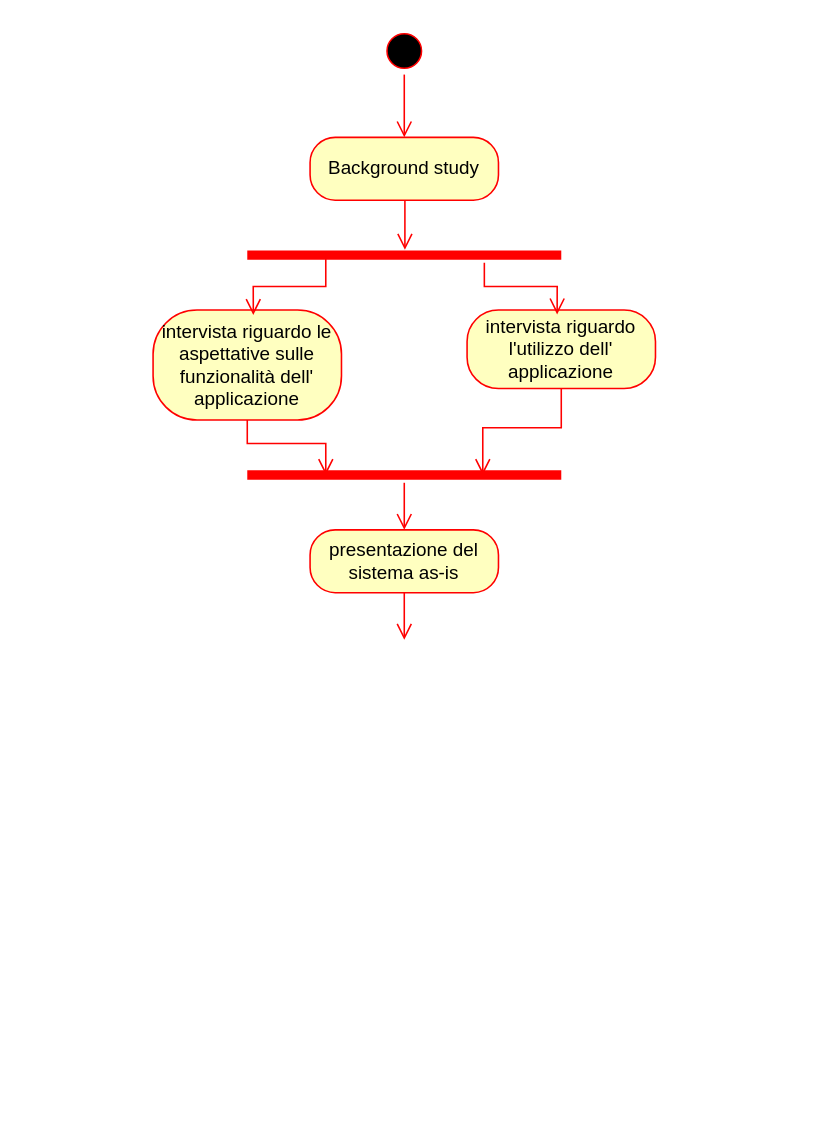
Above: grafi/Diagramma senza titolo.drawio in Barbera9/mixed (draw.io), before the change. Source tidied: cells renumbered, new cells numbered last; positions are measured from the earlier drawing's top-left corner, leaving out a move shared by most shapes. Both pictures are drawn from the tidied source at 157%, with x=0, y=0 at pixel (152, 27).
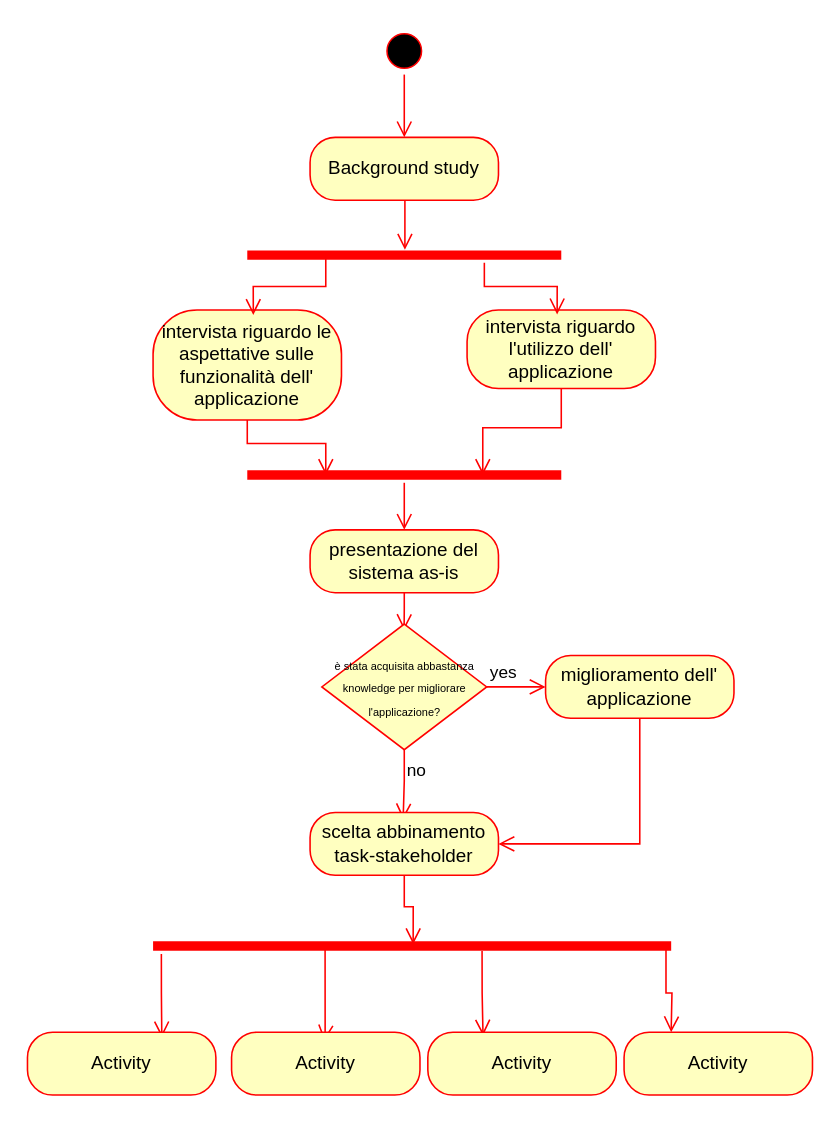
The same page after the edit.

Unchanged cells that the change refers to:
```xml
<mxCell id="15" value="presentazione del sistema as-is" style="rounded=1;whiteSpace=wrap;html=1;arcSize=40;fontColor=#000000;fillColor=#ffffc0;strokeColor=#ff0000;" parent="1" vertex="1">
  <mxGeometry x="100" y="320" width="120" height="40" as="geometry" />
</mxCell>
```

Change to the diagram source:
```diff
@@
-    <mxCell id="16" style="edgeStyle=orthogonalEdgeStyle;html=1;verticalAlign=bottom;endArrow=open;endSize=8;strokeColor=#ff0000;rounded=0;" parent="1" edge="1" source="15">
-      <mxGeometry relative="1" as="geometry">
-        <mxPoint x="160" y="390" as="targetPoint" />
-      </mxGeometry>
+    <mxCell id="16" style="edgeStyle=orthogonalEdgeStyle;html=1;verticalAlign=bottom;endArrow=open;endSize=8;strokeColor=#ff0000;rounded=0;entryX=0.499;entryY=0.048;entryDx=0;entryDy=0;entryPerimeter=0;" parent="1" edge="1" source="15" target="17">
+      <mxGeometry relative="1" as="geometry" />
     </mxCell>
+    <mxCell id="17" value="&lt;font style=&quot;font-size: 7px;&quot;&gt;è stata acquisita abbastanza knowledge per migliorare l'applicazione?&lt;/font&gt;" style="rhombus;whiteSpace=wrap;html=1;fontColor=#000000;fillColor=#ffffc0;strokeColor=#ff0000;" parent="1" vertex="1">
+      <mxGeometry x="107.5" y="380" width="105" height="80" as="geometry" />
+    </mxCell>
+    <mxCell id="18" value="yes" style="edgeStyle=orthogonalEdgeStyle;html=1;align=left;verticalAlign=bottom;endArrow=open;endSize=8;strokeColor=#ff0000;rounded=0;" parent="1" edge="1" source="17">
+      <mxGeometry x="-1" relative="1" as="geometry">
+        <mxPoint x="250" y="420" as="targetPoint" />
+        <Array as="points">
+          <mxPoint x="230" y="420" />
+          <mxPoint x="230" y="420" />
+        </Array>
+      </mxGeometry>
+    </mxCell>
+    <mxCell id="19" value="no" style="edgeStyle=orthogonalEdgeStyle;html=1;align=left;verticalAlign=top;endArrow=open;endSize=8;strokeColor=#ff0000;rounded=0;entryX=0.494;entryY=0.111;entryDx=0;entryDy=0;entryPerimeter=0;" parent="1" edge="1" source="17" target="22">
+      <mxGeometry x="-1" relative="1" as="geometry" />
+    </mxCell>
+    <mxCell id="20" value="miglioramento dell' applicazione" style="rounded=1;whiteSpace=wrap;html=1;arcSize=40;fontColor=#000000;fillColor=#ffffc0;strokeColor=#ff0000;" parent="1" vertex="1">
+      <mxGeometry x="250" y="400" width="120" height="40" as="geometry" />
+    </mxCell>
+    <mxCell id="21" style="edgeStyle=orthogonalEdgeStyle;html=1;verticalAlign=bottom;endArrow=open;endSize=8;strokeColor=#ff0000;rounded=0;entryX=1;entryY=0.5;entryDx=0;entryDy=0;exitX=0.5;exitY=1;exitDx=0;exitDy=0;" parent="1" edge="1" source="20" target="22">
+      <mxGeometry relative="1" as="geometry" />
+    </mxCell>
+    <mxCell id="22" value="scelta abbinamento task-stakeholder" style="rounded=1;whiteSpace=wrap;html=1;arcSize=40;fontColor=#000000;fillColor=#ffffc0;strokeColor=#ff0000;" parent="1" vertex="1">
+      <mxGeometry x="100" y="500" width="120" height="40" as="geometry" />
+    </mxCell>
+    <mxCell id="23" style="edgeStyle=orthogonalEdgeStyle;html=1;verticalAlign=bottom;endArrow=open;endSize=8;strokeColor=#ff0000;rounded=0;entryX=0.502;entryY=0.389;entryDx=0;entryDy=0;entryPerimeter=0;" parent="1" edge="1" source="22" target="24">
+      <mxGeometry relative="1" as="geometry" />
+    </mxCell>
+    <mxCell id="24" style="shape=line;html=1;strokeWidth=6;strokeColor=#ff0000;" parent="1" vertex="1">
+      <mxGeometry y="580" width="330" height="10" as="geometry" />
+    </mxCell>
+    <mxCell id="25" style="edgeStyle=orthogonalEdgeStyle;html=1;verticalAlign=bottom;endArrow=open;endSize=8;strokeColor=#ff0000;rounded=0;exitX=0.016;exitY=1.019;exitDx=0;exitDy=0;exitPerimeter=0;entryX=0.713;entryY=0.082;entryDx=0;entryDy=0;entryPerimeter=0;" parent="1" edge="1" source="24" target="28">
+      <mxGeometry relative="1" as="geometry" />
+    </mxCell>
+    <mxCell id="26" style="edgeStyle=orthogonalEdgeStyle;html=1;verticalAlign=bottom;endArrow=open;endSize=8;strokeColor=#ff0000;rounded=0;exitX=0.332;exitY=0.448;exitDx=0;exitDy=0;exitPerimeter=0;entryX=0.492;entryY=0.139;entryDx=0;entryDy=0;entryPerimeter=0;" parent="1" edge="1" source="24" target="29">
+      <mxGeometry relative="1" as="geometry">
+        <Array as="points">
+          <mxPoint x="110" y="640" />
+          <mxPoint x="109" y="640" />
+        </Array>
+      </mxGeometry>
+    </mxCell>
+    <mxCell id="27" style="edgeStyle=orthogonalEdgeStyle;html=1;verticalAlign=bottom;endArrow=open;endSize=8;strokeColor=#ff0000;rounded=0;exitX=0.635;exitY=0.829;exitDx=0;exitDy=0;exitPerimeter=0;entryX=0.293;entryY=0.054;entryDx=0;entryDy=0;entryPerimeter=0;" parent="1" edge="1" source="24" target="30">
+      <mxGeometry relative="1" as="geometry">
+        <Array as="points">
+          <mxPoint x="210" y="615" />
+          <mxPoint x="210" y="615" />
+        </Array>
+      </mxGeometry>
+    </mxCell>
+    <mxCell id="28" value="Activity" style="rounded=1;whiteSpace=wrap;html=1;arcSize=40;fontColor=#000000;fillColor=#ffffc0;strokeColor=#ff0000;" parent="1" vertex="1">
+      <mxGeometry x="-80" y="640" width="120" height="40" as="geometry" />
+    </mxCell>
+    <mxCell id="29" value="Activity" style="rounded=1;whiteSpace=wrap;html=1;arcSize=40;fontColor=#000000;fillColor=#ffffc0;strokeColor=#ff0000;" parent="1" vertex="1">
+      <mxGeometry x="50" y="640" width="120" height="40" as="geometry" />
+    </mxCell>
+    <mxCell id="30" value="Activity" style="rounded=1;whiteSpace=wrap;html=1;arcSize=40;fontColor=#000000;fillColor=#ffffc0;strokeColor=#ff0000;" parent="1" vertex="1">
+      <mxGeometry x="175" y="640" width="120" height="40" as="geometry" />
+    </mxCell>
+    <mxCell id="31" value="Activity" style="rounded=1;whiteSpace=wrap;html=1;arcSize=40;fontColor=#000000;fillColor=#ffffc0;strokeColor=#ff0000;" parent="1" vertex="1">
+      <mxGeometry x="300" y="640" width="120" height="40" as="geometry" />
+    </mxCell>
+    <mxCell id="32" style="edgeStyle=orthogonalEdgeStyle;html=1;verticalAlign=bottom;endArrow=open;endSize=8;strokeColor=#ff0000;rounded=0;exitX=0.99;exitY=0.329;exitDx=0;exitDy=0;exitPerimeter=0;" parent="1" edge="1" source="24">
+      <mxGeometry relative="1" as="geometry">
+        <mxPoint x="330" y="640" as="targetPoint" />
+      </mxGeometry>
+    </mxCell>
```
